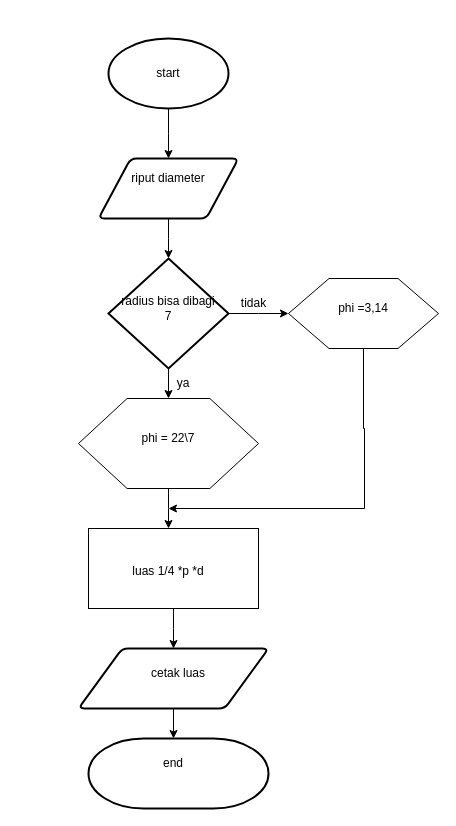
Before: Untitled Diagram.drawio in muhammadfirmansyah51/algo_A_muhammadfirmansyah, a draw.io diagram. Source tidied: cells renumbered, new cells numbered last; positions are measured from the earlier drawing's top-left corner, leaving out a move shared by most shapes. Both pictures are drawn from the tidied source at 100%, with x=0, y=0 at pixel (78, 38).
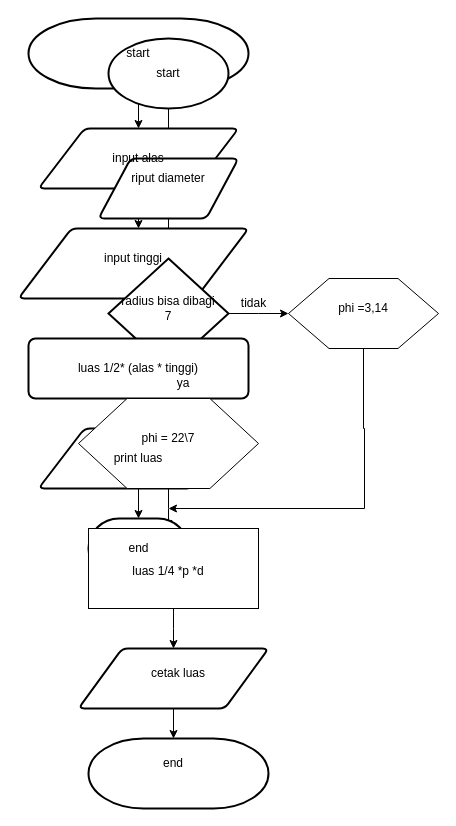
The same page after the edit.

Commit message:
menghitung luas angkasa

Diff of the diagram source:
```diff
@@
+    <mxCell id="28" style="edgeStyle=orthogonalEdgeStyle;rounded=0;jettySize=auto;html=1;" parent="1" edge="1" source="29" target="31">
+      <mxGeometry relative="1" as="geometry" />
+    </mxCell>
@@
+    <mxCell id="29" style="strokeWidth=2;html=1;shape=mxgraph.flowchart.terminator;whiteSpace=wrap;" parent="1" vertex="1">
+      <mxGeometry x="-50" y="-20" width="220" height="70" as="geometry" />
+    </mxCell>
@@
+    <mxCell id="30" style="edgeStyle=orthogonalEdgeStyle;rounded=0;jettySize=auto;html=1;" parent="1" edge="1" source="31">
+      <mxGeometry relative="1" as="geometry">
+        <mxPoint x="60" y="190" as="targetPoint" />
+      </mxGeometry>
+    </mxCell>
@@
+    <mxCell id="31" style="shape=parallelogram;html=1;strokeWidth=2;perimeter=parallelogramPerimeter;whiteSpace=wrap;rounded=1;arcSize=12;size=0.23;" parent="1" vertex="1">
+      <mxGeometry x="-40" y="90" width="200" height="60" as="geometry" />
+    </mxCell>
@@
+    <mxCell id="32" style="edgeStyle=orthogonalEdgeStyle;rounded=0;jettySize=auto;html=1;" parent="1" edge="1" source="33">
+      <mxGeometry relative="1" as="geometry">
+        <mxPoint x="55" y="300" as="targetPoint" />
+      </mxGeometry>
+    </mxCell>
@@
+    <mxCell id="33" style="shape=parallelogram;html=1;strokeWidth=2;perimeter=parallelogramPerimeter;whiteSpace=wrap;rounded=1;arcSize=12;size=0.23;" parent="1" vertex="1">
+      <mxGeometry x="-60" y="190" width="230" height="70" as="geometry" />
+    </mxCell>
@@
+    <mxCell id="34" style="edgeStyle=orthogonalEdgeStyle;rounded=0;jettySize=auto;html=1;" parent="1" edge="1" source="35" target="37">
+      <mxGeometry relative="1" as="geometry" />
+    </mxCell>
@@
+    <mxCell id="35" style="rounded=1;whiteSpace=wrap;html=1;absoluteArcSize=1;arcSize=14;strokeWidth=2;" parent="1" vertex="1">
+      <mxGeometry x="-50" y="300" width="220" height="60" as="geometry" />
+    </mxCell>
@@
+    <mxCell id="36" style="edgeStyle=orthogonalEdgeStyle;rounded=0;jettySize=auto;html=1;" parent="1" edge="1" source="37" target="38">
+      <mxGeometry relative="1" as="geometry" />
+    </mxCell>
@@
+    <mxCell id="37" style="shape=parallelogram;html=1;strokeWidth=2;perimeter=parallelogramPerimeter;whiteSpace=wrap;rounded=1;arcSize=12;size=0.23;" parent="1" vertex="1">
+      <mxGeometry x="-40" y="390" width="200" height="60" as="geometry" />
+    </mxCell>
@@
+    <mxCell id="38" style="strokeWidth=2;html=1;shape=mxgraph.flowchart.terminator;whiteSpace=wrap;" parent="1" vertex="1">
+      <mxGeometry x="10" y="480" width="100" height="60" as="geometry" />
+    </mxCell>
@@
+    <mxCell id="39" value="start" style="text;html=1;strokeColor=none;fillColor=none;align=center;verticalAlign=middle;whiteSpace=wrap;rounded=0;" parent="1" vertex="1">
+      <mxGeometry x="30" width="60" height="30" as="geometry" />
+    </mxCell>
@@
+    <mxCell id="40" value="input alas " style="text;html=1;strokeColor=none;fillColor=none;align=center;verticalAlign=middle;whiteSpace=wrap;rounded=0;" parent="1" vertex="1">
+      <mxGeometry x="20" y="100" width="80" height="40" as="geometry" />
+    </mxCell>
@@
+    <mxCell id="41" value="input tinggi" style="text;html=1;strokeColor=none;fillColor=none;align=center;verticalAlign=middle;whiteSpace=wrap;rounded=0;" parent="1" vertex="1">
+      <mxGeometry x="10" y="200" width="90" height="40" as="geometry" />
+    </mxCell>
@@
+    <mxCell id="42" value="luas 1/2* (alas * tinggi)" style="text;html=1;strokeColor=none;fillColor=none;align=center;verticalAlign=middle;whiteSpace=wrap;rounded=0;" parent="1" vertex="1">
+      <mxGeometry x="-5" y="290" width="130" height="80" as="geometry" />
+    </mxCell>
@@
+    <mxCell id="43" value="print luas " style="text;html=1;strokeColor=none;fillColor=none;align=center;verticalAlign=middle;whiteSpace=wrap;rounded=0;" parent="1" vertex="1">
+      <mxGeometry x="30" y="405" width="60" height="30" as="geometry" />
+    </mxCell>
@@
+    <mxCell id="44" value="end" style="text;html=1;align=center;verticalAlign=middle;strokeColor=none;fillColor=none;" parent="1" vertex="1">
+      <mxGeometry x="40" y="495" width="40" height="30" as="geometry" />
+    </mxCell>
```
